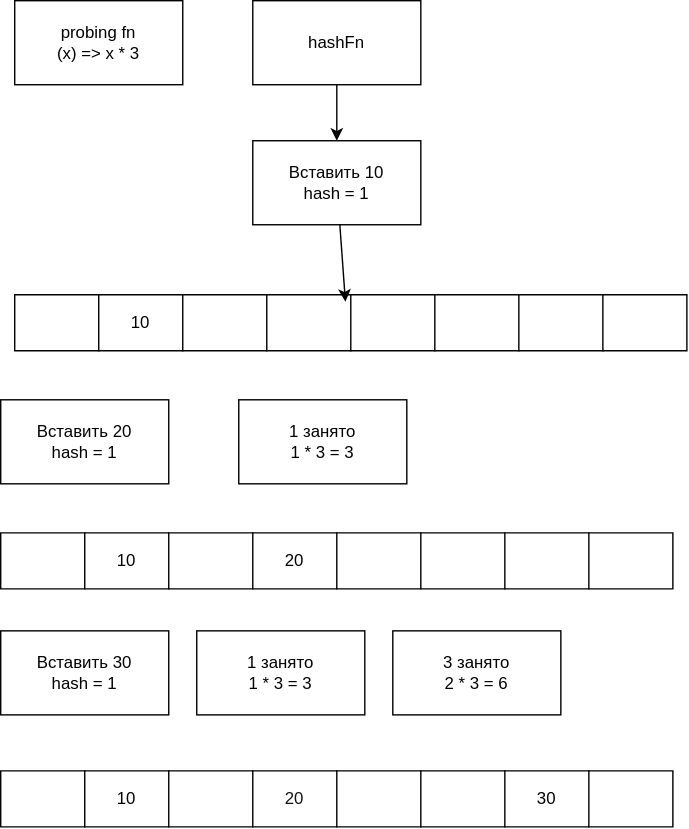
This is База/Структуры данных/2. Быстро находить данные и проверять условия/2.3. Проверять принадлежность и уникальность/Множество (Set)/HashSet/OpenAddressing/Примеры.drawio.svg from kosukhin/catalog, a draw.io export, as it was before one commit. Source tidied: cells renumbered, new cells last; positions are measured from the earlier drawing's top-left corner, leaving out a move shared by most shapes. The source it was exported from:
```xml
<mxGraphModel>
  <root>
    <mxCell id="0" />
    <mxCell id="1" parent="0" />
    <mxCell id="2" value="probing fn&lt;div&gt;(x) =&amp;gt; x * 3&lt;/div&gt;" style="rounded=0;whiteSpace=wrap;html=1;" parent="1" vertex="1">
      <mxGeometry x="10" width="120" height="60" as="geometry" />
    </mxCell>
    <mxCell id="3" style="shape=table;startSize=0;fixedHeader=1;tableRender=collapsed;" parent="1" vertex="1">
      <mxGeometry x="10" y="210" width="480" height="40" as="geometry" />
    </mxCell>
    <mxCell id="4" style="shape=tableRow;horizontal=0;startSize=0;swimlaneHead=0;swimlaneBody=0;strokeColor=inherit;fillColor=none;points=[[0,0.5],[1,0.5]];portConstraint=eastwest;fixedHeader=1;" parent="3" vertex="1">
      <mxGeometry width="480" height="40" as="geometry" />
    </mxCell>
    <mxCell id="5" style="shape=partialRectangle;html=1;whiteSpace=wrap;strokeColor=inherit;overflow=hidden;fillColor=none;" parent="4" vertex="1">
      <mxGeometry width="60" height="40" as="geometry" />
    </mxCell>
    <mxCell id="6" value="10" style="shape=partialRectangle;html=1;whiteSpace=wrap;strokeColor=inherit;overflow=hidden;fillColor=none;" parent="4" vertex="1">
      <mxGeometry x="60" width="60" height="40" as="geometry" />
    </mxCell>
    <mxCell id="7" style="shape=partialRectangle;html=1;whiteSpace=wrap;strokeColor=inherit;overflow=hidden;fillColor=none;" parent="4" vertex="1">
      <mxGeometry x="120" width="60" height="40" as="geometry" />
    </mxCell>
    <mxCell id="8" style="shape=partialRectangle;html=1;whiteSpace=wrap;strokeColor=inherit;overflow=hidden;fillColor=none;" parent="4" vertex="1">
      <mxGeometry x="180" width="60" height="40" as="geometry" />
    </mxCell>
    <mxCell id="9" style="shape=partialRectangle;html=1;whiteSpace=wrap;strokeColor=inherit;overflow=hidden;fillColor=none;" parent="4" vertex="1">
      <mxGeometry x="240" width="60" height="40" as="geometry" />
    </mxCell>
    <mxCell id="10" style="shape=partialRectangle;html=1;whiteSpace=wrap;strokeColor=inherit;overflow=hidden;fillColor=none;" parent="4" vertex="1">
      <mxGeometry x="300" width="60" height="40" as="geometry" />
    </mxCell>
    <mxCell id="11" style="shape=partialRectangle;html=1;whiteSpace=wrap;strokeColor=inherit;overflow=hidden;fillColor=none;" parent="4" vertex="1">
      <mxGeometry x="360" width="60" height="40" as="geometry" />
    </mxCell>
    <mxCell id="12" style="shape=partialRectangle;html=1;whiteSpace=wrap;strokeColor=inherit;overflow=hidden;fillColor=none;" parent="4" vertex="1">
      <mxGeometry x="420" width="60" height="40" as="geometry" />
    </mxCell>
    <mxCell id="13" value="Вставить 10&lt;div&gt;hash = 1&lt;/div&gt;" style="rounded=0;whiteSpace=wrap;html=1;" parent="1" vertex="1">
      <mxGeometry x="180" y="100" width="120" height="60" as="geometry" />
    </mxCell>
    <mxCell id="14" value="hashFn" style="rounded=0;whiteSpace=wrap;html=1;" parent="1" vertex="1">
      <mxGeometry x="180" width="120" height="60" as="geometry" />
    </mxCell>
    <mxCell id="15" style="edgeStyle=none;html=1;" parent="1" edge="1" source="14" target="13">
      <mxGeometry relative="1" as="geometry" />
    </mxCell>
    <mxCell id="16" style="edgeStyle=none;html=1;entryX=0.492;entryY=0.125;entryDx=0;entryDy=0;entryPerimeter=0;" parent="1" edge="1" source="13" target="4">
      <mxGeometry relative="1" as="geometry" />
    </mxCell>
    <mxCell id="17" value="Вставить 20&lt;div&gt;hash = 1&lt;/div&gt;" style="rounded=0;whiteSpace=wrap;html=1;" parent="1" vertex="1">
      <mxGeometry y="285" width="120" height="60" as="geometry" />
    </mxCell>
    <mxCell id="18" style="shape=table;startSize=0;fixedHeader=1;tableRender=collapsed;" parent="1" vertex="1">
      <mxGeometry y="380" width="480" height="40" as="geometry" />
    </mxCell>
    <mxCell id="19" style="shape=tableRow;horizontal=0;startSize=0;swimlaneHead=0;swimlaneBody=0;strokeColor=inherit;fillColor=none;fixedHeader=1;" parent="18" vertex="1">
      <mxGeometry width="480" height="40" as="geometry" />
    </mxCell>
    <mxCell id="20" style="shape=partialRectangle;html=1;whiteSpace=wrap;strokeColor=inherit;overflow=hidden;fillColor=none;" parent="19" vertex="1">
      <mxGeometry width="60" height="40" as="geometry" />
    </mxCell>
    <mxCell id="21" value="10" style="shape=partialRectangle;html=1;whiteSpace=wrap;strokeColor=inherit;overflow=hidden;fillColor=none;" parent="19" vertex="1">
      <mxGeometry x="60" width="60" height="40" as="geometry" />
    </mxCell>
    <mxCell id="22" style="shape=partialRectangle;html=1;whiteSpace=wrap;strokeColor=inherit;overflow=hidden;fillColor=none;" parent="19" vertex="1">
      <mxGeometry x="120" width="60" height="40" as="geometry" />
    </mxCell>
    <mxCell id="23" value="20" style="shape=partialRectangle;html=1;whiteSpace=wrap;strokeColor=inherit;overflow=hidden;fillColor=none;" parent="19" vertex="1">
      <mxGeometry x="180" width="60" height="40" as="geometry" />
    </mxCell>
    <mxCell id="24" style="shape=partialRectangle;html=1;whiteSpace=wrap;strokeColor=inherit;overflow=hidden;fillColor=none;" parent="19" vertex="1">
      <mxGeometry x="240" width="60" height="40" as="geometry" />
    </mxCell>
    <mxCell id="25" style="shape=partialRectangle;html=1;whiteSpace=wrap;strokeColor=inherit;overflow=hidden;fillColor=none;" parent="19" vertex="1">
      <mxGeometry x="300" width="60" height="40" as="geometry" />
    </mxCell>
    <mxCell id="26" style="shape=partialRectangle;html=1;whiteSpace=wrap;strokeColor=inherit;overflow=hidden;fillColor=none;" parent="19" vertex="1">
      <mxGeometry x="360" width="60" height="40" as="geometry" />
    </mxCell>
    <mxCell id="27" style="shape=partialRectangle;html=1;whiteSpace=wrap;strokeColor=inherit;overflow=hidden;fillColor=none;" parent="19" vertex="1">
      <mxGeometry x="420" width="60" height="40" as="geometry" />
    </mxCell>
    <mxCell id="28" value="1 занято&lt;div&gt;1 * 3 = 3&lt;/div&gt;" style="rounded=0;whiteSpace=wrap;html=1;" parent="1" vertex="1">
      <mxGeometry x="170" y="285" width="120" height="60" as="geometry" />
    </mxCell>
    <mxCell id="29" value="Вставить 30&lt;div&gt;hash = 1&lt;/div&gt;" style="rounded=0;whiteSpace=wrap;html=1;" parent="1" vertex="1">
      <mxGeometry y="450" width="120" height="60" as="geometry" />
    </mxCell>
    <mxCell id="30" style="shape=table;startSize=0;fixedHeader=1;tableRender=collapsed;" parent="1" vertex="1">
      <mxGeometry y="550" width="480" height="40" as="geometry" />
    </mxCell>
    <mxCell id="31" style="shape=tableRow;horizontal=0;startSize=0;swimlaneHead=0;swimlaneBody=0;strokeColor=inherit;fillColor=none;fixedHeader=1;" parent="30" vertex="1">
      <mxGeometry width="480" height="40" as="geometry" />
    </mxCell>
    <mxCell id="32" style="shape=partialRectangle;html=1;whiteSpace=wrap;strokeColor=inherit;overflow=hidden;fillColor=none;" parent="31" vertex="1">
      <mxGeometry width="60" height="40" as="geometry" />
    </mxCell>
    <mxCell id="33" value="10" style="shape=partialRectangle;html=1;whiteSpace=wrap;strokeColor=inherit;overflow=hidden;fillColor=none;" parent="31" vertex="1">
      <mxGeometry x="60" width="60" height="40" as="geometry" />
    </mxCell>
    <mxCell id="34" style="shape=partialRectangle;html=1;whiteSpace=wrap;strokeColor=inherit;overflow=hidden;fillColor=none;" parent="31" vertex="1">
      <mxGeometry x="120" width="60" height="40" as="geometry" />
    </mxCell>
    <mxCell id="35" value="&lt;font color=&quot;#121212&quot;&gt;20&lt;/font&gt;" style="shape=partialRectangle;html=1;whiteSpace=wrap;strokeColor=inherit;overflow=hidden;fillColor=none;" parent="31" vertex="1">
      <mxGeometry x="180" width="60" height="40" as="geometry" />
    </mxCell>
    <mxCell id="36" style="shape=partialRectangle;html=1;whiteSpace=wrap;strokeColor=inherit;overflow=hidden;fillColor=none;" parent="31" vertex="1">
      <mxGeometry x="240" width="60" height="40" as="geometry" />
    </mxCell>
    <mxCell id="37" style="shape=partialRectangle;html=1;whiteSpace=wrap;strokeColor=inherit;overflow=hidden;fillColor=none;" parent="31" vertex="1">
      <mxGeometry x="300" width="60" height="40" as="geometry" />
    </mxCell>
    <mxCell id="38" value="30" style="shape=partialRectangle;html=1;whiteSpace=wrap;strokeColor=inherit;overflow=hidden;fillColor=none;" parent="31" vertex="1">
      <mxGeometry x="360" width="60" height="40" as="geometry" />
    </mxCell>
    <mxCell id="39" style="shape=partialRectangle;html=1;whiteSpace=wrap;strokeColor=inherit;overflow=hidden;fillColor=none;" parent="31" vertex="1">
      <mxGeometry x="420" width="60" height="40" as="geometry" />
    </mxCell>
    <mxCell id="40" value="1 занято&lt;div&gt;1 * 3 = 3&lt;/div&gt;" style="rounded=0;whiteSpace=wrap;html=1;" parent="1" vertex="1">
      <mxGeometry x="140" y="450" width="120" height="60" as="geometry" />
    </mxCell>
    <mxCell id="41" value="3 занято&lt;div&gt;2 * 3 = 6&lt;/div&gt;" style="rounded=0;whiteSpace=wrap;html=1;" parent="1" vertex="1">
      <mxGeometry x="280" y="450" width="120" height="60" as="geometry" />
    </mxCell>
  </root>
</mxGraphModel>
```
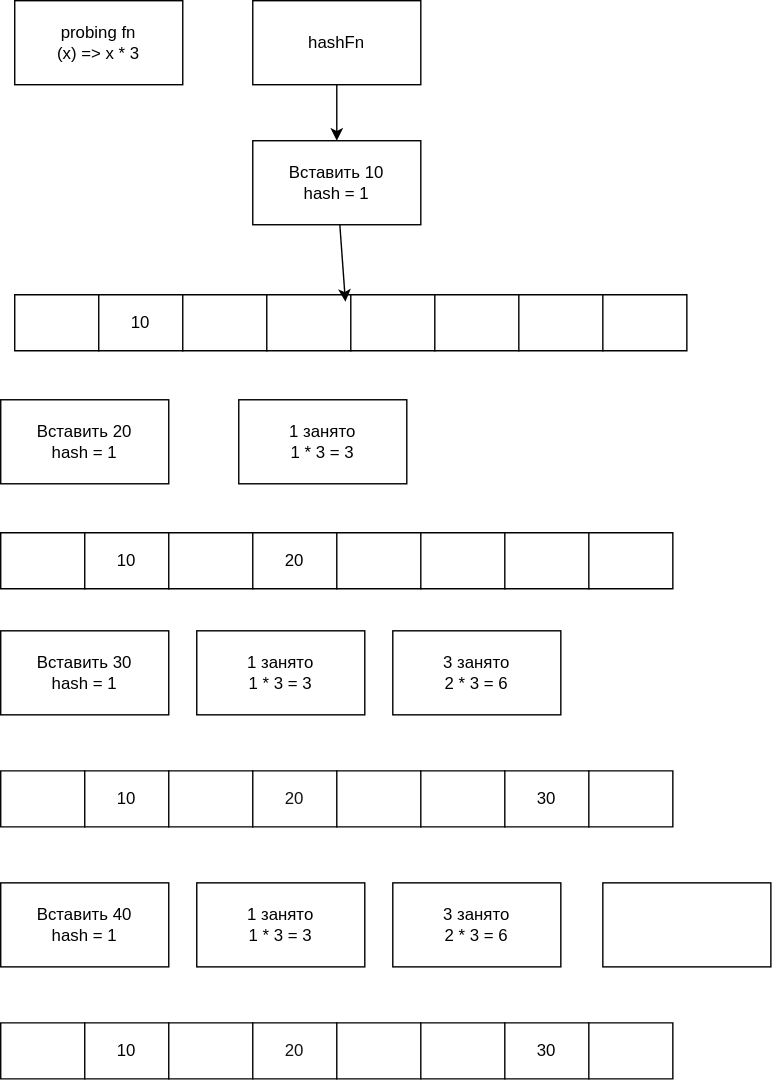
After the change.

What changed in the source:
```diff
@@ -122,5 +122,47 @@
     <mxCell id="41" value="3 занято&lt;div&gt;2 * 3 = 6&lt;/div&gt;" style="rounded=0;whiteSpace=wrap;html=1;" parent="1" vertex="1">
       <mxGeometry x="280" y="450" width="120" height="60" as="geometry" />
     </mxCell>
+    <mxCell id="42" value="Вставить 40&lt;div&gt;hash = 1&lt;/div&gt;" style="rounded=0;whiteSpace=wrap;html=1;" parent="1" vertex="1">
+      <mxGeometry y="630" width="120" height="60" as="geometry" />
+    </mxCell>
+    <mxCell id="43" style="shape=table;startSize=0;fixedHeader=1;tableRender=collapsed;" parent="1" vertex="1">
+      <mxGeometry y="730" width="480" height="40" as="geometry" />
+    </mxCell>
+    <mxCell id="44" style="shape=tableRow;horizontal=0;startSize=0;swimlaneHead=0;swimlaneBody=0;strokeColor=inherit;fillColor=none;fixedHeader=1;" parent="43" vertex="1">
+      <mxGeometry width="480" height="40" as="geometry" />
+    </mxCell>
+    <mxCell id="45" style="shape=partialRectangle;html=1;whiteSpace=wrap;strokeColor=inherit;overflow=hidden;fillColor=none;" parent="44" vertex="1">
+      <mxGeometry width="60" height="40" as="geometry" />
+    </mxCell>
+    <mxCell id="46" value="10" style="shape=partialRectangle;html=1;whiteSpace=wrap;strokeColor=inherit;overflow=hidden;fillColor=none;" parent="44" vertex="1">
+      <mxGeometry x="60" width="60" height="40" as="geometry" />
+    </mxCell>
+    <mxCell id="47" style="shape=partialRectangle;html=1;whiteSpace=wrap;strokeColor=inherit;overflow=hidden;fillColor=none;" parent="44" vertex="1">
+      <mxGeometry x="120" width="60" height="40" as="geometry" />
+    </mxCell>
+    <mxCell id="48" value="&lt;font color=&quot;#121212&quot;&gt;20&lt;/font&gt;" style="shape=partialRectangle;html=1;whiteSpace=wrap;strokeColor=inherit;overflow=hidden;fillColor=none;" parent="44" vertex="1">
+      <mxGeometry x="180" width="60" height="40" as="geometry" />
+    </mxCell>
+    <mxCell id="49" style="shape=partialRectangle;html=1;whiteSpace=wrap;strokeColor=inherit;overflow=hidden;fillColor=none;" parent="44" vertex="1">
+      <mxGeometry x="240" width="60" height="40" as="geometry" />
+    </mxCell>
+    <mxCell id="50" style="shape=partialRectangle;html=1;whiteSpace=wrap;strokeColor=inherit;overflow=hidden;fillColor=none;" parent="44" vertex="1">
+      <mxGeometry x="300" width="60" height="40" as="geometry" />
+    </mxCell>
+    <mxCell id="51" value="30" style="shape=partialRectangle;html=1;whiteSpace=wrap;strokeColor=inherit;overflow=hidden;fillColor=none;" parent="44" vertex="1">
+      <mxGeometry x="360" width="60" height="40" as="geometry" />
+    </mxCell>
+    <mxCell id="52" style="shape=partialRectangle;html=1;whiteSpace=wrap;strokeColor=inherit;overflow=hidden;fillColor=none;" parent="44" vertex="1">
+      <mxGeometry x="420" width="60" height="40" as="geometry" />
+    </mxCell>
+    <mxCell id="53" value="1 занято&lt;div&gt;1 * 3 = 3&lt;/div&gt;" style="rounded=0;whiteSpace=wrap;html=1;" parent="1" vertex="1">
+      <mxGeometry x="140" y="630" width="120" height="60" as="geometry" />
+    </mxCell>
+    <mxCell id="54" value="3 занято&lt;div&gt;2 * 3 = 6&lt;/div&gt;" style="rounded=0;whiteSpace=wrap;html=1;" parent="1" vertex="1">
+      <mxGeometry x="280" y="630" width="120" height="60" as="geometry" />
+    </mxCell>
+    <mxCell id="55" value=" " style="rounded=0;whiteSpace=wrap;html=1;" parent="1" vertex="1">
+      <mxGeometry x="430" y="630" width="120" height="60" as="geometry" />
+    </mxCell>
   </root>
 </mxGraphModel>
```
